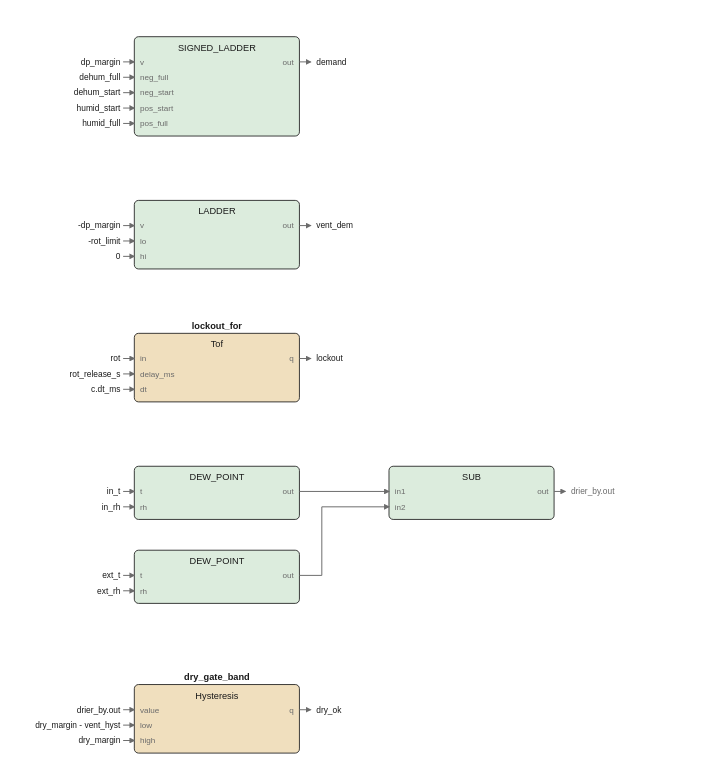
pstch/botanik2 keeps this draw.io diagram as images/logic/humidity_fbd.drawio.svg. Above is the earlier version. Source tidied: cells renumbered, new cells last; positions are measured from the earlier drawing's top-left corner, leaving out a move shared by most shapes.
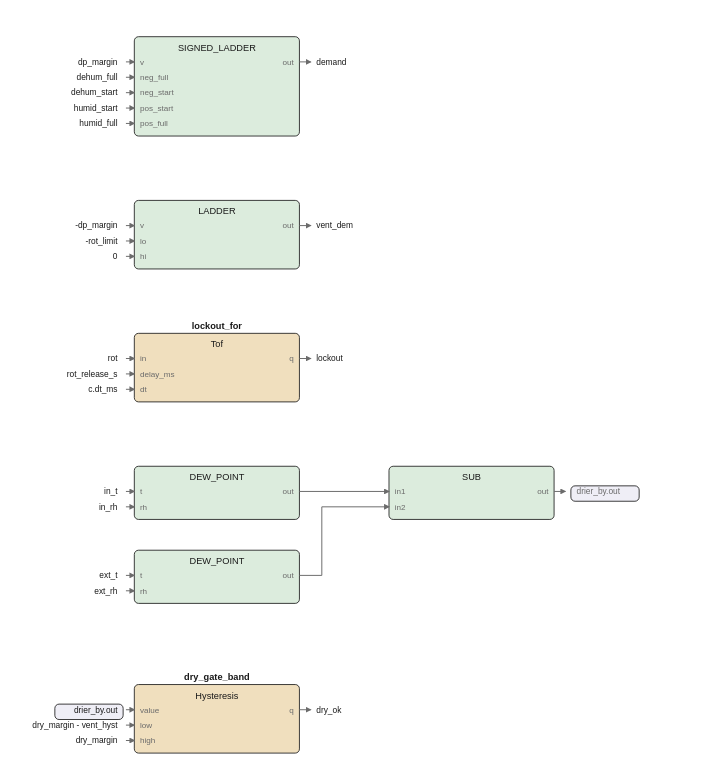
Above is the later version.

The edit, as a diff of the source:
```diff
@@ -131,228 +131,206 @@
     <mxCell id="44" value="q" style="text;html=1;whiteSpace=nowrap;fontSize=6;fontColor=#6b6b6b;align=right;verticalAlign=middle;" parent="1" vertex="1">
       <mxGeometry x="181" y="476.6" width="20" height="9.8" as="geometry" />
     </mxCell>
-    <mxCell id="45" style="edgeStyle=none;html=1;strokeColor=#6b6b6b;endArrow=block;" parent="1" edge="1">
+    <mxCell id="45" style="edgeStyle=none;html=1;strokeColor=#6b6b6b;endArrow=block;exitX=1;exitY=0.2535;exitDx=0;exitDy=0;" parent="1" edge="1" source="2">
       <mxGeometry relative="1" as="geometry">
-        <mxPoint x="205" y="18" as="sourcePoint" />
         <mxPoint x="213" y="18" as="targetPoint" />
       </mxGeometry>
     </mxCell>
     <mxCell id="46" value="demand" style="text;html=1;whiteSpace=nowrap;fontSize=6;fontColor=#1a1a1a;align=left;verticalAlign=middle;" parent="1" vertex="1">
       <mxGeometry x="217" y="13.5" width="23.8" height="10" as="geometry" />
     </mxCell>
-    <mxCell id="47" style="edgeStyle=none;html=1;strokeColor=#6b6b6b;endArrow=block;" parent="1" edge="1">
+    <mxCell id="47" style="edgeStyle=none;html=1;strokeColor=#6b6b6b;endArrow=block;exitX=1;exitY=0.3673;exitDx=0;exitDy=0;" parent="1" edge="1" source="10">
       <mxGeometry relative="1" as="geometry">
-        <mxPoint x="205" y="135" as="sourcePoint" />
         <mxPoint x="213" y="135" as="targetPoint" />
       </mxGeometry>
     </mxCell>
     <mxCell id="48" value="vent_dem" style="text;html=1;whiteSpace=nowrap;fontSize=6;fontColor=#1a1a1a;align=left;verticalAlign=middle;" parent="1" vertex="1">
       <mxGeometry x="217" y="130.5" width="30.4" height="10" as="geometry" />
     </mxCell>
-    <mxCell id="49" style="edgeStyle=none;html=1;strokeColor=#6b6b6b;endArrow=block;" parent="1" edge="1">
+    <mxCell id="49" style="edgeStyle=none;html=1;strokeColor=#6b6b6b;endArrow=block;exitX=1;exitY=0.3673;exitDx=0;exitDy=0;" parent="1" edge="1" source="16">
       <mxGeometry relative="1" as="geometry">
-        <mxPoint x="205" y="230" as="sourcePoint" />
         <mxPoint x="213" y="230" as="targetPoint" />
       </mxGeometry>
     </mxCell>
     <mxCell id="50" value="lockout" style="text;html=1;whiteSpace=nowrap;fontSize=6;fontColor=#1a1a1a;align=left;verticalAlign=middle;" parent="1" vertex="1">
       <mxGeometry x="217" y="225.5" width="27.1" height="10" as="geometry" />
     </mxCell>
-    <mxCell id="51" style="edgeStyle=none;html=1;strokeColor=#6b6b6b;endArrow=block;" parent="1" edge="1">
+    <mxCell id="51" style="edgeStyle=none;html=1;strokeColor=#6b6b6b;endArrow=block;exitX=1;exitY=0.3673;exitDx=0;exitDy=0;" parent="1" edge="1" source="38">
       <mxGeometry relative="1" as="geometry">
-        <mxPoint x="205" y="481" as="sourcePoint" />
         <mxPoint x="213" y="481" as="targetPoint" />
       </mxGeometry>
     </mxCell>
     <mxCell id="52" value="dry_ok" style="text;html=1;whiteSpace=nowrap;fontSize=6;fontColor=#1a1a1a;align=left;verticalAlign=middle;" parent="1" vertex="1">
       <mxGeometry x="217" y="476.5" width="23.8" height="10" as="geometry" />
     </mxCell>
-    <mxCell id="53" style="edgeStyle=none;html=1;strokeColor=#6b6b6b;endArrow=block;" parent="1" edge="1">
+    <mxCell id="53" style="edgeStyle=none;html=1;strokeColor=#6b6b6b;endArrow=block;exitX=1;exitY=0.4737;exitDx=0;exitDy=0;" parent="1" edge="1" source="33">
       <mxGeometry relative="1" as="geometry">
-        <mxPoint x="387" y="325" as="sourcePoint" />
         <mxPoint x="395" y="325" as="targetPoint" />
       </mxGeometry>
     </mxCell>
-    <mxCell id="54" value="drier_by.out" style="text;html=1;whiteSpace=nowrap;fontSize=6;fontColor=#6b6b6b;align=left;verticalAlign=middle;" parent="1" vertex="1">
-      <mxGeometry x="399" y="320.5" width="43.6" height="10" as="geometry" />
+    <mxCell id="54" style="rounded=1;fillColor=#efeef6;strokeColor=#1a1a1a;whiteSpace=wrap;html=1;fontSize=8;" parent="1" vertex="1">
+      <mxGeometry x="399" y="321" width="48.8" height="11" as="geometry" />
     </mxCell>
-    <mxCell id="55" style="edgeStyle=none;html=1;strokeColor=#6b6b6b;endArrow=block;" parent="1" edge="1">
-      <mxGeometry relative="1" as="geometry">
-        <mxPoint x="205" y="325" as="sourcePoint" />
-        <mxPoint x="269" y="325" as="targetPoint" />
-      </mxGeometry>
-    </mxCell>
+    <mxCell id="87" value="drier_by.out" style="text;html=1;whiteSpace=nowrap;fontSize=6;fontColor=#6b6b6b;align=left;verticalAlign=middle;" parent="1" vertex="1">
+      <mxGeometry x="403" y="320.5" width="43.6" height="10" as="geometry" />
+    </mxCell>
-    <mxCell id="56" style="edgeStyle=none;html=1;strokeColor=#6b6b6b;endArrow=block;" parent="1" edge="1">
-      <mxGeometry relative="1" as="geometry">
-        <mxPoint x="205" y="385" as="sourcePoint" />
-        <mxPoint x="269" y="336" as="targetPoint" />
-        <Array as="points">
-          <mxPoint x="221" y="385" />
-          <mxPoint x="221" y="336" />
-        </Array>
-      </mxGeometry>
+    <mxCell id="56" style="edgeStyle=none;html=1;strokeColor=#6b6b6b;endArrow=block;exitX=1;exitY=0.4737;exitDx=0;exitDy=0;entryX=0;entryY=0.4737;entryDx=0;entryDy=0;" parent="1" edge="1" source="23" target="33">
+      <mxGeometry relative="1" as="geometry" />
     </mxCell>
+    <mxCell id="93" style="edgeStyle=none;html=1;strokeColor=#6b6b6b;endArrow=block;exitX=1;exitY=0.4737;exitDx=0;exitDy=0;entryX=0;entryY=0.7632;entryDx=0;entryDy=0;" parent="1" edge="1" source="28" target="33">
+      <mxGeometry relative="1" as="geometry">
+        <Array as="points">
+          <mxPoint x="221" y="385" />
+          <mxPoint x="221" y="336" />
+        </Array>
+      </mxGeometry>
+    </mxCell>
     <mxCell id="57" value="dp_margin" style="text;html=1;whiteSpace=nowrap;fontSize=6;fontColor=#1a1a1a;align=right;verticalAlign=middle;" parent="1" vertex="1">
-      <mxGeometry x="43.3" y="13.5" width="33.7" height="10" as="geometry" />
+      <mxGeometry x="41.3" y="13.5" width="33.7" height="10" as="geometry" />
     </mxCell>
-    <mxCell id="58" style="edgeStyle=none;html=1;strokeColor=#6b6b6b;endArrow=block;" parent="1" edge="1">
-      <mxGeometry relative="1" as="geometry">
-        <mxPoint x="79" y="18" as="sourcePoint" />
-        <mxPoint x="87" y="18" as="targetPoint" />
-      </mxGeometry>
-    </mxCell>
+    <mxCell id="94" style="edgeStyle=none;html=1;strokeColor=#6b6b6b;endArrow=block;entryX=0;entryY=0.2535;entryDx=0;entryDy=0;" parent="1" edge="1" target="2">
+      <mxGeometry relative="1" as="geometry">
+        <mxPoint x="81" y="18" as="sourcePoint" />
+      </mxGeometry>
+    </mxCell>
     <mxCell id="59" value="dehum_full" style="text;html=1;whiteSpace=nowrap;fontSize=6;fontColor=#1a1a1a;align=right;verticalAlign=middle;" parent="1" vertex="1">
-      <mxGeometry x="40" y="24.5" width="37" height="10" as="geometry" />
+      <mxGeometry x="38" y="24.5" width="37" height="10" as="geometry" />
     </mxCell>
-    <mxCell id="60" style="edgeStyle=none;html=1;strokeColor=#6b6b6b;endArrow=block;" parent="1" edge="1">
-      <mxGeometry relative="1" as="geometry">
-        <mxPoint x="79" y="29" as="sourcePoint" />
-        <mxPoint x="87" y="29" as="targetPoint" />
-      </mxGeometry>
-    </mxCell>
+    <mxCell id="95" style="edgeStyle=none;html=1;strokeColor=#6b6b6b;endArrow=block;entryX=0;entryY=0.4085;entryDx=0;entryDy=0;" parent="1" edge="1" target="2">
+      <mxGeometry relative="1" as="geometry">
+        <mxPoint x="81" y="29" as="sourcePoint" />
+      </mxGeometry>
+    </mxCell>
     <mxCell id="61" value="dehum_start" style="text;html=1;whiteSpace=nowrap;fontSize=6;fontColor=#1a1a1a;align=right;verticalAlign=middle;" parent="1" vertex="1">
-      <mxGeometry x="36.7" y="35.5" width="40.3" height="10" as="geometry" />
+      <mxGeometry x="34.7" y="35.5" width="40.3" height="10" as="geometry" />
     </mxCell>
-    <mxCell id="62" style="edgeStyle=none;html=1;strokeColor=#6b6b6b;endArrow=block;" parent="1" edge="1">
-      <mxGeometry relative="1" as="geometry">
-        <mxPoint x="79" y="40" as="sourcePoint" />
-        <mxPoint x="87" y="40" as="targetPoint" />
-      </mxGeometry>
-    </mxCell>
+    <mxCell id="96" style="edgeStyle=none;html=1;strokeColor=#6b6b6b;endArrow=block;entryX=0;entryY=0.5634;entryDx=0;entryDy=0;" parent="1" edge="1" target="2">
+      <mxGeometry relative="1" as="geometry">
+        <mxPoint x="81" y="40" as="sourcePoint" />
+      </mxGeometry>
+    </mxCell>
     <mxCell id="63" value="humid_start" style="text;html=1;whiteSpace=nowrap;fontSize=6;fontColor=#1a1a1a;align=right;verticalAlign=middle;" parent="1" vertex="1">
-      <mxGeometry x="36.7" y="46.5" width="40.3" height="10" as="geometry" />
+      <mxGeometry x="34.7" y="46.5" width="40.3" height="10" as="geometry" />
     </mxCell>
-    <mxCell id="64" style="edgeStyle=none;html=1;strokeColor=#6b6b6b;endArrow=block;" parent="1" edge="1">
-      <mxGeometry relative="1" as="geometry">
-        <mxPoint x="79" y="51" as="sourcePoint" />
-        <mxPoint x="87" y="51" as="targetPoint" />
-      </mxGeometry>
-    </mxCell>
+    <mxCell id="97" style="edgeStyle=none;html=1;strokeColor=#6b6b6b;endArrow=block;entryX=0;entryY=0.7183;entryDx=0;entryDy=0;" parent="1" edge="1" target="2">
+      <mxGeometry relative="1" as="geometry">
+        <mxPoint x="81" y="51" as="sourcePoint" />
+      </mxGeometry>
+    </mxCell>
     <mxCell id="65" value="humid_full" style="text;html=1;whiteSpace=nowrap;fontSize=6;fontColor=#1a1a1a;align=right;verticalAlign=middle;" parent="1" vertex="1">
-      <mxGeometry x="40" y="57.5" width="37" height="10" as="geometry" />
+      <mxGeometry x="38" y="57.5" width="37" height="10" as="geometry" />
     </mxCell>
-    <mxCell id="66" style="edgeStyle=none;html=1;strokeColor=#6b6b6b;endArrow=block;" parent="1" edge="1">
-      <mxGeometry relative="1" as="geometry">
-        <mxPoint x="79" y="62" as="sourcePoint" />
-        <mxPoint x="87" y="62" as="targetPoint" />
-      </mxGeometry>
-    </mxCell>
+    <mxCell id="98" style="edgeStyle=none;html=1;strokeColor=#6b6b6b;endArrow=block;entryX=0;entryY=0.8732;entryDx=0;entryDy=0;" parent="1" edge="1" target="2">
+      <mxGeometry relative="1" as="geometry">
+        <mxPoint x="81" y="62" as="sourcePoint" />
+      </mxGeometry>
+    </mxCell>
     <mxCell id="67" value="-dp_margin" style="text;html=1;whiteSpace=nowrap;fontSize=6;fontColor=#1a1a1a;align=right;verticalAlign=middle;" parent="1" vertex="1">
-      <mxGeometry x="40" y="130.5" width="37" height="10" as="geometry" />
+      <mxGeometry x="38" y="130.5" width="37" height="10" as="geometry" />
     </mxCell>
-    <mxCell id="68" style="edgeStyle=none;html=1;strokeColor=#6b6b6b;endArrow=block;" parent="1" edge="1">
-      <mxGeometry relative="1" as="geometry">
-        <mxPoint x="79" y="135" as="sourcePoint" />
-        <mxPoint x="87" y="135" as="targetPoint" />
-      </mxGeometry>
-    </mxCell>
+    <mxCell id="99" style="edgeStyle=none;html=1;strokeColor=#6b6b6b;endArrow=block;entryX=0;entryY=0.3673;entryDx=0;entryDy=0;" parent="1" edge="1" target="10">
+      <mxGeometry relative="1" as="geometry">
+        <mxPoint x="81" y="135" as="sourcePoint" />
+      </mxGeometry>
+    </mxCell>
     <mxCell id="69" value="-rot_limit" style="text;html=1;whiteSpace=nowrap;fontSize=6;fontColor=#1a1a1a;align=right;verticalAlign=middle;" parent="1" vertex="1">
-      <mxGeometry x="40" y="141.5" width="37" height="10" as="geometry" />
+      <mxGeometry x="38" y="141.5" width="37" height="10" as="geometry" />
     </mxCell>
-    <mxCell id="70" style="edgeStyle=none;html=1;strokeColor=#6b6b6b;endArrow=block;" parent="1" edge="1">
-      <mxGeometry relative="1" as="geometry">
-        <mxPoint x="79" y="146" as="sourcePoint" />
-        <mxPoint x="87" y="146" as="targetPoint" />
-      </mxGeometry>
-    </mxCell>
+    <mxCell id="100" style="edgeStyle=none;html=1;strokeColor=#6b6b6b;endArrow=block;entryX=0;entryY=0.5918;entryDx=0;entryDy=0;" parent="1" edge="1" target="10">
+      <mxGeometry relative="1" as="geometry">
+        <mxPoint x="81" y="146" as="sourcePoint" />
+      </mxGeometry>
+    </mxCell>
     <mxCell id="71" value="0" style="text;html=1;whiteSpace=nowrap;fontSize=6;fontColor=#1a1a1a;align=right;verticalAlign=middle;" parent="1" vertex="1">
-      <mxGeometry x="57" y="152.5" width="20" height="10" as="geometry" />
+      <mxGeometry x="55" y="152.5" width="20" height="10" as="geometry" />
     </mxCell>
-    <mxCell id="72" style="edgeStyle=none;html=1;strokeColor=#6b6b6b;endArrow=block;" parent="1" edge="1">
-      <mxGeometry relative="1" as="geometry">
-        <mxPoint x="79" y="157" as="sourcePoint" />
-        <mxPoint x="87" y="157" as="targetPoint" />
-      </mxGeometry>
-    </mxCell>
+    <mxCell id="101" style="edgeStyle=none;html=1;strokeColor=#6b6b6b;endArrow=block;entryX=0;entryY=0.8163;entryDx=0;entryDy=0;" parent="1" edge="1" target="10">
+      <mxGeometry relative="1" as="geometry">
+        <mxPoint x="81" y="157" as="sourcePoint" />
+      </mxGeometry>
+    </mxCell>
     <mxCell id="73" value="rot" style="text;html=1;whiteSpace=nowrap;fontSize=6;fontColor=#1a1a1a;align=right;verticalAlign=middle;" parent="1" vertex="1">
-      <mxGeometry x="57" y="225.5" width="20" height="10" as="geometry" />
+      <mxGeometry x="55" y="225.5" width="20" height="10" as="geometry" />
     </mxCell>
-    <mxCell id="74" style="edgeStyle=none;html=1;strokeColor=#6b6b6b;endArrow=block;" parent="1" edge="1">
-      <mxGeometry relative="1" as="geometry">
-        <mxPoint x="79" y="230" as="sourcePoint" />
-        <mxPoint x="87" y="230" as="targetPoint" />
-      </mxGeometry>
-    </mxCell>
+    <mxCell id="102" style="edgeStyle=none;html=1;strokeColor=#6b6b6b;endArrow=block;entryX=0;entryY=0.3673;entryDx=0;entryDy=0;" parent="1" edge="1" target="16">
+      <mxGeometry relative="1" as="geometry">
+        <mxPoint x="81" y="230" as="sourcePoint" />
+      </mxGeometry>
+    </mxCell>
     <mxCell id="75" value="rot_release_s" style="text;html=1;whiteSpace=nowrap;fontSize=6;fontColor=#1a1a1a;align=right;verticalAlign=middle;" parent="1" vertex="1">
-      <mxGeometry x="30.1" y="236.5" width="46.9" height="10" as="geometry" />
+      <mxGeometry x="28.1" y="236.5" width="46.9" height="10" as="geometry" />
     </mxCell>
-    <mxCell id="76" style="edgeStyle=none;html=1;strokeColor=#6b6b6b;endArrow=block;" parent="1" edge="1">
-      <mxGeometry relative="1" as="geometry">
-        <mxPoint x="79" y="241" as="sourcePoint" />
-        <mxPoint x="87" y="241" as="targetPoint" />
-      </mxGeometry>
-    </mxCell>
+    <mxCell id="103" style="edgeStyle=none;html=1;strokeColor=#6b6b6b;endArrow=block;entryX=0;entryY=0.5918;entryDx=0;entryDy=0;" parent="1" edge="1" target="16">
+      <mxGeometry relative="1" as="geometry">
+        <mxPoint x="81" y="241" as="sourcePoint" />
+      </mxGeometry>
+    </mxCell>
     <mxCell id="77" value="c.dt_ms" style="text;html=1;whiteSpace=nowrap;fontSize=6;fontColor=#1a1a1a;align=right;verticalAlign=middle;" parent="1" vertex="1">
-      <mxGeometry x="49.9" y="247.5" width="27.1" height="10" as="geometry" />
+      <mxGeometry x="47.9" y="247.5" width="27.1" height="10" as="geometry" />
     </mxCell>
-    <mxCell id="78" style="edgeStyle=none;html=1;strokeColor=#6b6b6b;endArrow=block;" parent="1" edge="1">
-      <mxGeometry relative="1" as="geometry">
-        <mxPoint x="79" y="252" as="sourcePoint" />
-        <mxPoint x="87" y="252" as="targetPoint" />
-      </mxGeometry>
-    </mxCell>
+    <mxCell id="104" style="edgeStyle=none;html=1;strokeColor=#6b6b6b;endArrow=block;entryX=0;entryY=0.8163;entryDx=0;entryDy=0;" parent="1" edge="1" target="16">
+      <mxGeometry relative="1" as="geometry">
+        <mxPoint x="81" y="252" as="sourcePoint" />
+      </mxGeometry>
+    </mxCell>
     <mxCell id="79" value="in_t" style="text;html=1;whiteSpace=nowrap;fontSize=6;fontColor=#1a1a1a;align=right;verticalAlign=middle;" parent="1" vertex="1">
-      <mxGeometry x="57" y="320.5" width="20" height="10" as="geometry" />
+      <mxGeometry x="55" y="320.5" width="20" height="10" as="geometry" />
     </mxCell>
-    <mxCell id="80" style="edgeStyle=none;html=1;strokeColor=#6b6b6b;endArrow=block;" parent="1" edge="1">
-      <mxGeometry relative="1" as="geometry">
-        <mxPoint x="79" y="325" as="sourcePoint" />
-        <mxPoint x="87" y="325" as="targetPoint" />
-      </mxGeometry>
-    </mxCell>
+    <mxCell id="105" style="edgeStyle=none;html=1;strokeColor=#6b6b6b;endArrow=block;entryX=0;entryY=0.4737;entryDx=0;entryDy=0;" parent="1" edge="1" target="23">
+      <mxGeometry relative="1" as="geometry">
+        <mxPoint x="81" y="325" as="sourcePoint" />
+      </mxGeometry>
+    </mxCell>
     <mxCell id="81" value="in_rh" style="text;html=1;whiteSpace=nowrap;fontSize=6;fontColor=#1a1a1a;align=right;verticalAlign=middle;" parent="1" vertex="1">
-      <mxGeometry x="56.5" y="331.5" width="20.5" height="10" as="geometry" />
+      <mxGeometry x="54.5" y="331.5" width="20.5" height="10" as="geometry" />
     </mxCell>
-    <mxCell id="82" style="edgeStyle=none;html=1;strokeColor=#6b6b6b;endArrow=block;" parent="1" edge="1">
-      <mxGeometry relative="1" as="geometry">
-        <mxPoint x="79" y="336" as="sourcePoint" />
-        <mxPoint x="87" y="336" as="targetPoint" />
-      </mxGeometry>
-    </mxCell>
+    <mxCell id="106" style="edgeStyle=none;html=1;strokeColor=#6b6b6b;endArrow=block;entryX=0;entryY=0.7632;entryDx=0;entryDy=0;" parent="1" edge="1" target="23">
+      <mxGeometry relative="1" as="geometry">
+        <mxPoint x="81" y="336" as="sourcePoint" />
+      </mxGeometry>
+    </mxCell>
     <mxCell id="83" value="ext_t" style="text;html=1;whiteSpace=nowrap;fontSize=6;fontColor=#1a1a1a;align=right;verticalAlign=middle;" parent="1" vertex="1">
-      <mxGeometry x="56.5" y="380.5" width="20.5" height="10" as="geometry" />
+      <mxGeometry x="54.5" y="380.5" width="20.5" height="10" as="geometry" />
     </mxCell>
-    <mxCell id="84" style="edgeStyle=none;html=1;strokeColor=#6b6b6b;endArrow=block;" parent="1" edge="1">
-      <mxGeometry relative="1" as="geometry">
-        <mxPoint x="79" y="385" as="sourcePoint" />
-        <mxPoint x="87" y="385" as="targetPoint" />
-      </mxGeometry>
-    </mxCell>
+    <mxCell id="107" style="edgeStyle=none;html=1;strokeColor=#6b6b6b;endArrow=block;entryX=0;entryY=0.4737;entryDx=0;entryDy=0;" parent="1" edge="1" target="28">
+      <mxGeometry relative="1" as="geometry">
+        <mxPoint x="81" y="385" as="sourcePoint" />
+      </mxGeometry>
+    </mxCell>
     <mxCell id="85" value="ext_rh" style="text;html=1;whiteSpace=nowrap;fontSize=6;fontColor=#1a1a1a;align=right;verticalAlign=middle;" parent="1" vertex="1">
-      <mxGeometry x="53.2" y="391.5" width="23.8" height="10" as="geometry" />
+      <mxGeometry x="51.2" y="391.5" width="23.8" height="10" as="geometry" />
     </mxCell>
-    <mxCell id="86" style="edgeStyle=none;html=1;strokeColor=#6b6b6b;endArrow=block;" parent="1" edge="1">
-      <mxGeometry relative="1" as="geometry">
-        <mxPoint x="79" y="396" as="sourcePoint" />
-        <mxPoint x="87" y="396" as="targetPoint" />
-      </mxGeometry>
-    </mxCell>
-    <mxCell id="87" value="drier_by.out" style="text;html=1;whiteSpace=nowrap;fontSize=6;fontColor=#1a1a1a;align=right;verticalAlign=middle;" parent="1" vertex="1">
-      <mxGeometry x="33.4" y="476.5" width="43.6" height="10" as="geometry" />
-    </mxCell>
-    <mxCell id="88" style="edgeStyle=none;html=1;strokeColor=#6b6b6b;endArrow=block;" parent="1" edge="1">
-      <mxGeometry relative="1" as="geometry">
-        <mxPoint x="79" y="481" as="sourcePoint" />
-        <mxPoint x="87" y="481" as="targetPoint" />
-      </mxGeometry>
-    </mxCell>
+    <mxCell id="108" style="edgeStyle=none;html=1;strokeColor=#6b6b6b;endArrow=block;entryX=0;entryY=0.7632;entryDx=0;entryDy=0;" parent="1" edge="1" target="28">
+      <mxGeometry relative="1" as="geometry">
+        <mxPoint x="81" y="396" as="sourcePoint" />
+      </mxGeometry>
+    </mxCell>
+    <mxCell id="109" style="rounded=1;fillColor=#efeef6;strokeColor=#1a1a1a;whiteSpace=wrap;html=1;fontSize=8;" parent="1" vertex="1">
+      <mxGeometry x="30.2" y="477" width="48.8" height="11" as="geometry" />
+    </mxCell>
-    <mxCell id="89" value="dry_margin - vent_hyst" style="text;html=1;whiteSpace=nowrap;fontSize=6;fontColor=#1a1a1a;align=right;verticalAlign=middle;" parent="1" vertex="1">
-      <mxGeometry x="0.4" y="487.5" width="76.6" height="10" as="geometry" />
+    <mxCell id="89" value="drier_by.out" style="text;html=1;whiteSpace=nowrap;fontSize=6;fontColor=#1a1a1a;align=right;verticalAlign=middle;" parent="1" vertex="1">
+      <mxGeometry x="31.4" y="476.5" width="43.6" height="10" as="geometry" />
     </mxCell>
-    <mxCell id="90" style="edgeStyle=none;html=1;strokeColor=#6b6b6b;endArrow=block;" parent="1" edge="1">
+    <mxCell id="90" style="edgeStyle=none;html=1;strokeColor=#6b6b6b;endArrow=block;entryX=0;entryY=0.3673;entryDx=0;entryDy=0;" parent="1" edge="1" target="38">
       <mxGeometry relative="1" as="geometry">
-        <mxPoint x="79" y="492" as="sourcePoint" />
-        <mxPoint x="87" y="492" as="targetPoint" />
+        <mxPoint x="81" y="481" as="sourcePoint" />
       </mxGeometry>
     </mxCell>
-    <mxCell id="91" value="dry_margin" style="text;html=1;whiteSpace=nowrap;fontSize=6;fontColor=#1a1a1a;align=right;verticalAlign=middle;" parent="1" vertex="1">
-      <mxGeometry x="40" y="498.5" width="37" height="10" as="geometry" />
+    <mxCell id="91" value="dry_margin - vent_hyst" style="text;html=1;whiteSpace=nowrap;fontSize=6;fontColor=#1a1a1a;align=right;verticalAlign=middle;" parent="1" vertex="1">
+      <mxGeometry x="-1.6" y="487.5" width="76.6" height="10" as="geometry" />
     </mxCell>
-    <mxCell id="92" style="edgeStyle=none;html=1;strokeColor=#6b6b6b;endArrow=block;" parent="1" edge="1">
+    <mxCell id="92" style="edgeStyle=none;html=1;strokeColor=#6b6b6b;endArrow=block;entryX=0;entryY=0.5918;entryDx=0;entryDy=0;" parent="1" edge="1" target="38">
       <mxGeometry relative="1" as="geometry">
-        <mxPoint x="79" y="503" as="sourcePoint" />
-        <mxPoint x="87" y="503" as="targetPoint" />
+        <mxPoint x="81" y="492" as="sourcePoint" />
       </mxGeometry>
     </mxCell>
+    <mxCell id="110" value="dry_margin" style="text;html=1;whiteSpace=nowrap;fontSize=6;fontColor=#1a1a1a;align=right;verticalAlign=middle;" parent="1" vertex="1">
+      <mxGeometry x="38" y="498.5" width="37" height="10" as="geometry" />
+    </mxCell>
+    <mxCell id="111" style="edgeStyle=none;html=1;strokeColor=#6b6b6b;endArrow=block;entryX=0;entryY=0.8163;entryDx=0;entryDy=0;" parent="1" edge="1" target="38">
+      <mxGeometry relative="1" as="geometry">
+        <mxPoint x="81" y="503" as="sourcePoint" />
+      </mxGeometry>
+    </mxCell>
   </root>
 </mxGraphModel>
```
